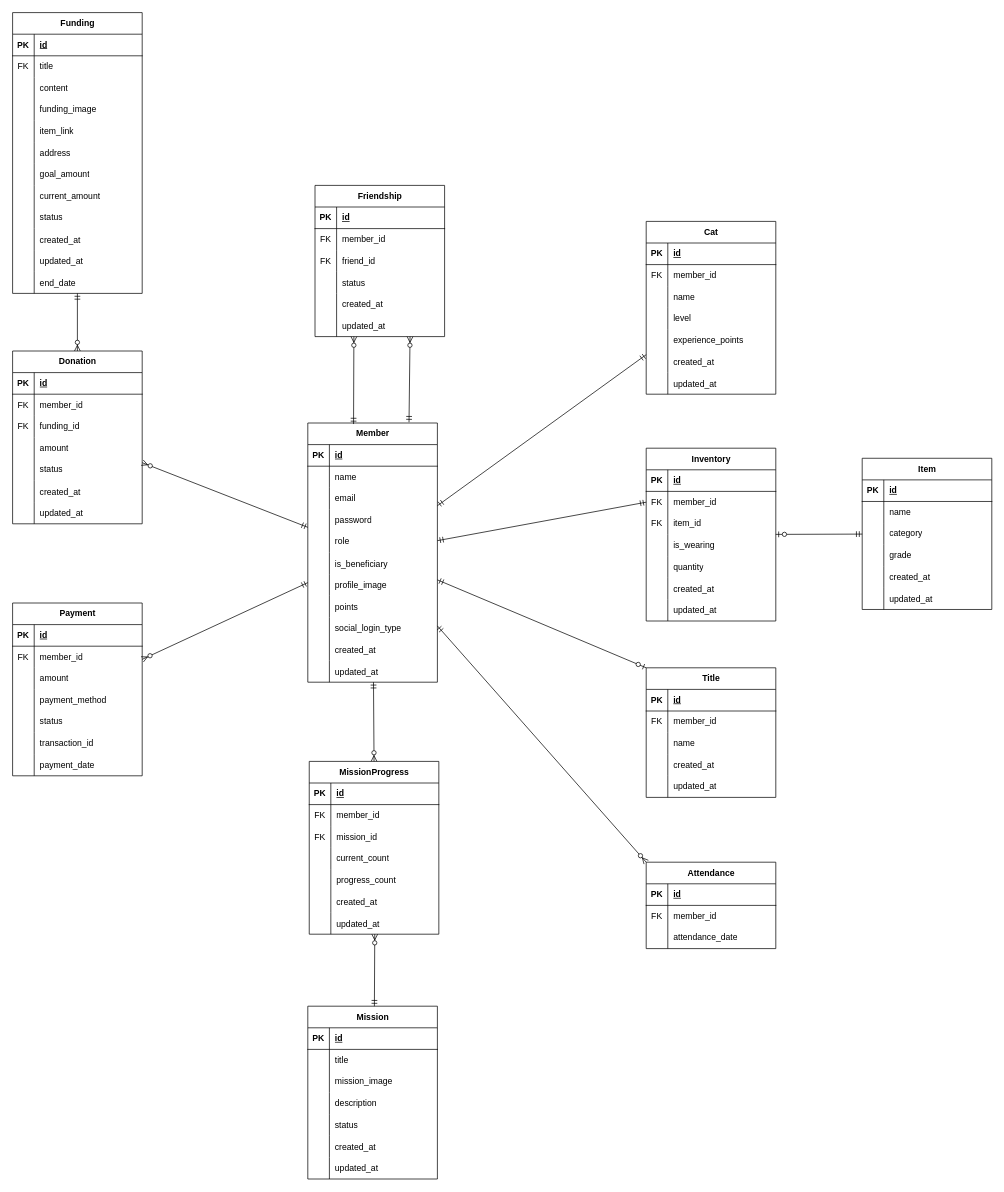
Above: ChaeumERD.drawio in 2025-Advanced-Capstone-Chaeum/ERD (draw.io), before the change. Source tidied: cells renumbered, new cells numbered last; positions are measured from the earlier drawing's top-left corner, leaving out a move shared by most shapes. Both pictures are drawn from the tidied source at 72%, with x=0, y=0 at pixel (12, 12).
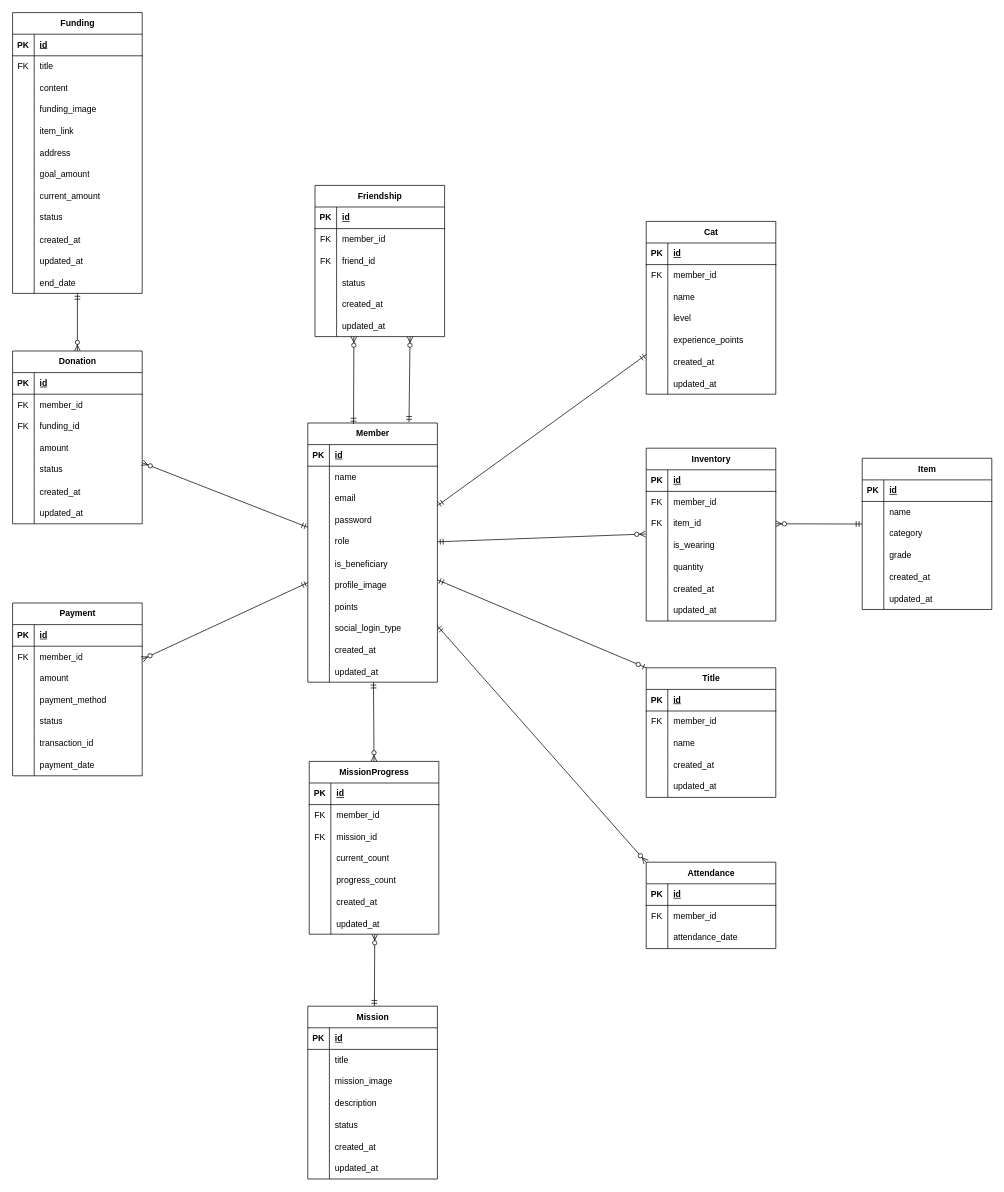
The same diagram, later.

Commit message:
docs(ERD): 인벤토리 다대다 관계 정리

Unchanged cells that the change refers to:
```xml
<mxCell id="2" value="Member" style="shape=table;startSize=30;childLayout=tableLayout;rowLines=0;fontStyle=1;align=center;html=1;" parent="1" vertex="1">
  <mxGeometry x="410" y="570" width="180" height="360" as="geometry" />
</mxCell>
<mxCell id="15" style="shape=tableRow;horizontal=0;startSize=0;swimlaneHead=0;swimlaneBody=0;fillColor=none;points=[[0,0.5],[1,0.5]];portConstraint=eastwest;top=0;left=0;right=0;bottom=0;" parent="2" vertex="1">
  <mxGeometry y="150" width="180" height="30" as="geometry" />
</mxCell>
<mxCell id="125" value="Inventory" style="shape=table;startSize=30;childLayout=tableLayout;rowLines=0;fontStyle=1;align=center;html=1;" parent="1" vertex="1">
  <mxGeometry x="880" y="605" width="180" height="240" as="geometry" />
</mxCell>
<mxCell id="129" style="shape=tableRow;horizontal=0;startSize=0;swimlaneHead=0;swimlaneBody=0;fillColor=none;points=[[0,0.5],[1,0.5]];portConstraint=eastwest;top=0;left=0;right=0;bottom=0;" parent="125" vertex="1">
  <mxGeometry y="60" width="180" height="30" as="geometry" />
</mxCell>
<mxCell id="132" style="shape=tableRow;horizontal=0;startSize=0;swimlaneHead=0;swimlaneBody=0;fillColor=none;points=[[0,0.5],[1,0.5]];portConstraint=eastwest;top=0;left=0;right=0;bottom=0;" parent="125" vertex="1">
  <mxGeometry y="90" width="180" height="30" as="geometry" />
</mxCell>
<mxCell id="169" value="Item" style="shape=table;startSize=30;childLayout=tableLayout;rowLines=0;fontStyle=1;align=center;html=1;" parent="1" vertex="1">
  <mxGeometry x="1180" y="619" width="180" height="210" as="geometry" />
</mxCell>
<mxCell id="176" style="shape=tableRow;horizontal=0;startSize=0;swimlaneHead=0;swimlaneBody=0;fillColor=none;points=[[0,0.5],[1,0.5]];portConstraint=eastwest;top=0;left=0;right=0;bottom=0;" parent="169" vertex="1">
  <mxGeometry y="90" width="180" height="30" as="geometry" />
</mxCell>
```

Change to the diagram source:
```diff
@@
-    <mxCell id="275" style="fontSize=12;html=1;endArrow=ERmandOne;startArrow=ERmandOne;rounded=0;entryX=0;entryY=0.5;entryDx=0;entryDy=0;" parent="1" edge="1" source="2" target="129">
-      <mxGeometry relative="1" as="geometry" />
-    </mxCell>
-    <mxCell id="276" style="fontSize=12;html=1;endArrow=ERzeroToOne;startArrow=ERmandOne;rounded=0;" parent="1" edge="1" source="169" target="125">
-      <mxGeometry relative="1" as="geometry" />
-    </mxCell>
@@
+    <mxCell id="282" style="fontSize=12;html=1;endArrow=ERzeroToMany;startArrow=ERmandOne;rounded=0;entryX=-0.006;entryY=0.973;entryDx=0;entryDy=0;exitX=1;exitY=0.5;exitDx=0;exitDy=0;entryPerimeter=0;" parent="1" edge="1" source="15" target="132">
+      <mxGeometry relative="1" as="geometry" />
+    </mxCell>
+    <mxCell id="283" style="fontSize=12;html=1;endArrow=ERzeroToMany;startArrow=ERmandOne;rounded=0;entryX=1;entryY=0.5;entryDx=0;entryDy=0;exitX=-0.002;exitY=0.044;exitDx=0;exitDy=0;exitPerimeter=0;" parent="1" edge="1" source="176" target="132">
+      <mxGeometry relative="1" as="geometry" />
+    </mxCell>
```
